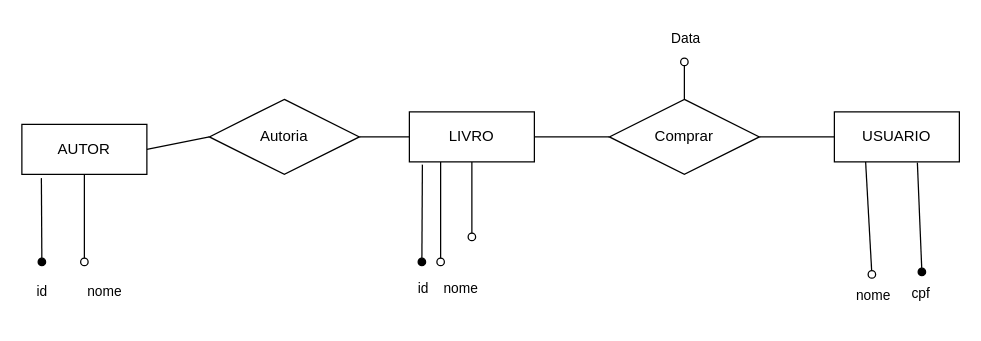
Earlier version of the draw.io diagram trilha_de_conhecimento.drawio (NEVES070305/trilha_de_conhecimento). Source tidied: cells renumbered, new cells numbered last; positions are measured from the earlier drawing's top-left corner, leaving out a move shared by most shapes. Both pictures are drawn from the tidied source at 125%, with x=0, y=0 at pixel (21, 61).
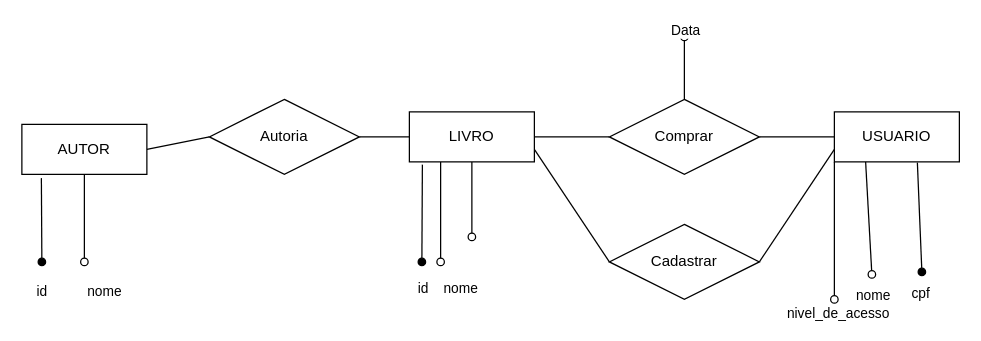
The same diagram, later.

Unchanged cells that the change refers to:
```xml
<mxCell id="2" value="LIVRO" style="whiteSpace=wrap;html=1;align=center;" parent="1" vertex="1">
  <mxGeometry x="310" y="40" width="100" height="40" as="geometry" />
</mxCell>
<mxCell id="3" value="USUARIO" style="whiteSpace=wrap;html=1;align=center;" parent="1" vertex="1">
  <mxGeometry x="650" y="40" width="100" height="40" as="geometry" />
</mxCell>
<mxCell id="9" value="Comprar" style="shape=rhombus;perimeter=rhombusPerimeter;whiteSpace=wrap;html=1;align=center;" parent="1" vertex="1">
  <mxGeometry x="470" y="30" width="120" height="60" as="geometry" />
</mxCell>
```

Change to the diagram source:
```diff
@@
     <mxCell id="20" style="endArrow=oval;html=1;rounded=0;exitX=0.5;exitY=0;exitDx=0;exitDy=0;endFill=0;" parent="1" edge="1" source="9">
       <mxGeometry relative="1" as="geometry">
-        <mxPoint x="530" as="targetPoint" />
+        <mxPoint x="530" y="-20" as="targetPoint" />
       </mxGeometry>
     </mxCell>
@@
+    <mxCell id="26" style="endArrow=oval;html=1;rounded=0;exitX=0;exitY=1;exitDx=0;exitDy=0;endFill=0;" parent="1" edge="1" source="3">
+      <mxGeometry relative="1" as="geometry">
+        <mxPoint x="650" y="190" as="targetPoint" />
+      </mxGeometry>
+    </mxCell>
+    <mxCell id="27" value="nivel_de_acesso" style="edgeLabel;html=1;align=center;verticalAlign=middle;" parent="26" vertex="1">
+      <mxGeometry x="0.35" y="-1" relative="1" as="geometry">
+        <mxPoint x="3" y="46" as="offset" />
+      </mxGeometry>
+    </mxCell>
+    <mxCell id="28" value="Cadastrar" style="shape=rhombus;perimeter=rhombusPerimeter;whiteSpace=wrap;html=1;align=center;" parent="1" vertex="1">
+      <mxGeometry x="470" y="130" width="120" height="60" as="geometry" />
+    </mxCell>
+    <mxCell id="29" style="endArrow=none;html=1;rounded=0;exitX=1;exitY=0.75;exitDx=0;exitDy=0;entryX=0;entryY=0.5;entryDx=0;entryDy=0;" parent="1" edge="1" source="2" target="28">
+      <mxGeometry relative="1" as="geometry" />
+    </mxCell>
+    <mxCell id="30" style="endArrow=none;html=1;rounded=0;exitX=0;exitY=0.75;exitDx=0;exitDy=0;entryX=1;entryY=0.5;entryDx=0;entryDy=0;" parent="1" edge="1" source="3" target="28">
+      <mxGeometry relative="1" as="geometry" />
+    </mxCell>
```
